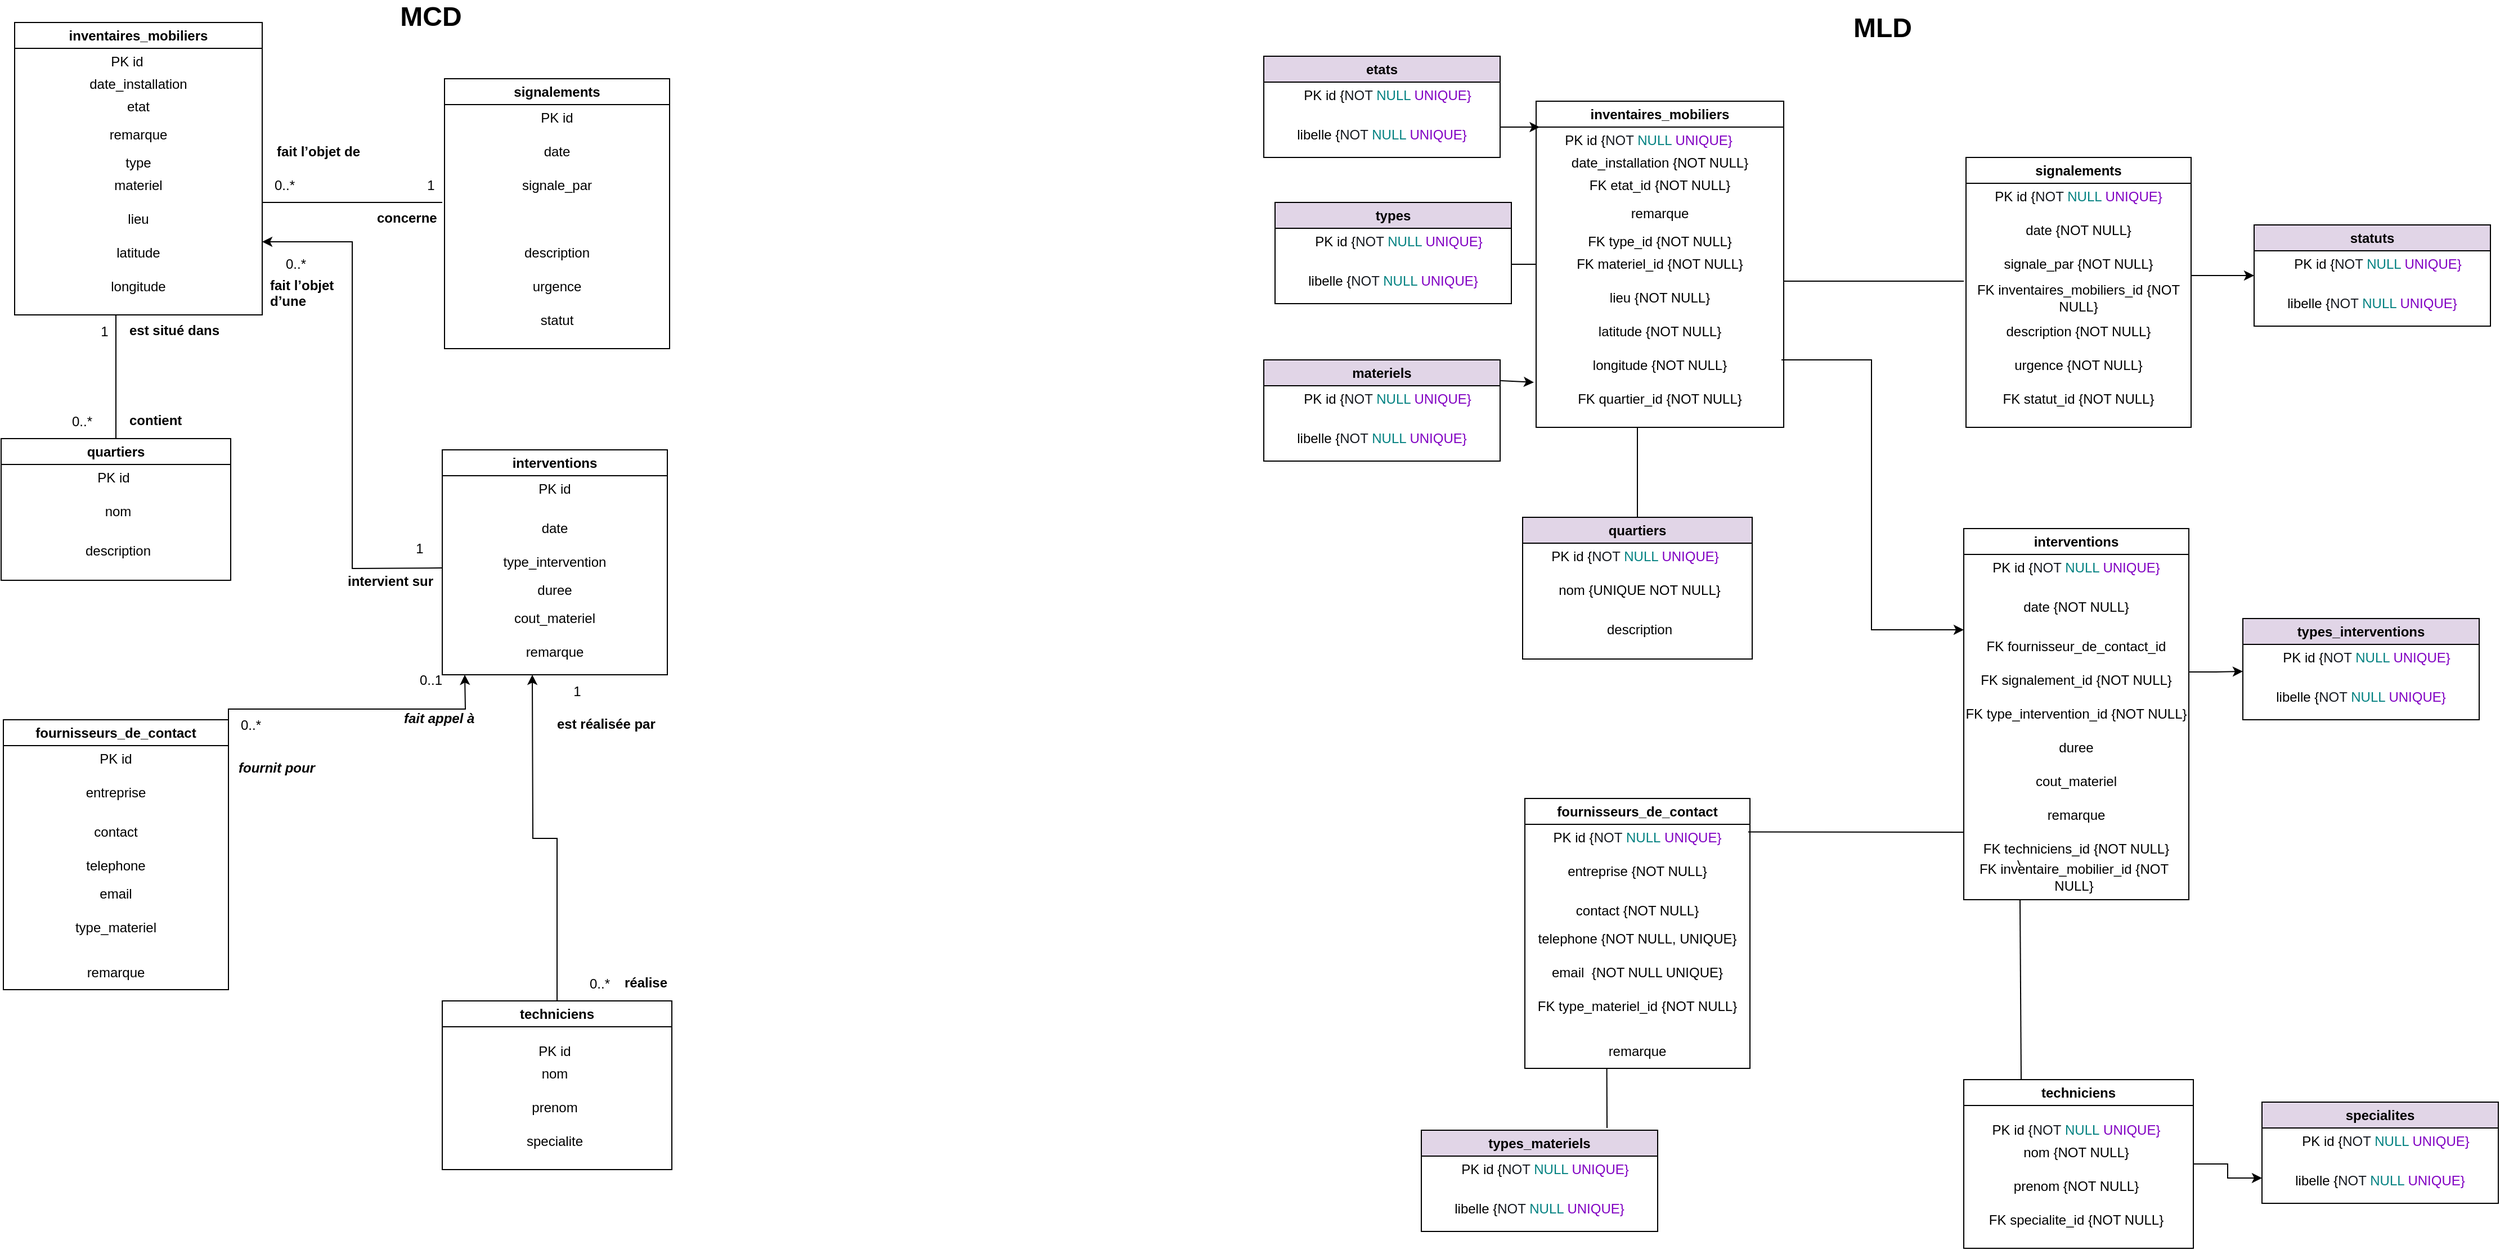
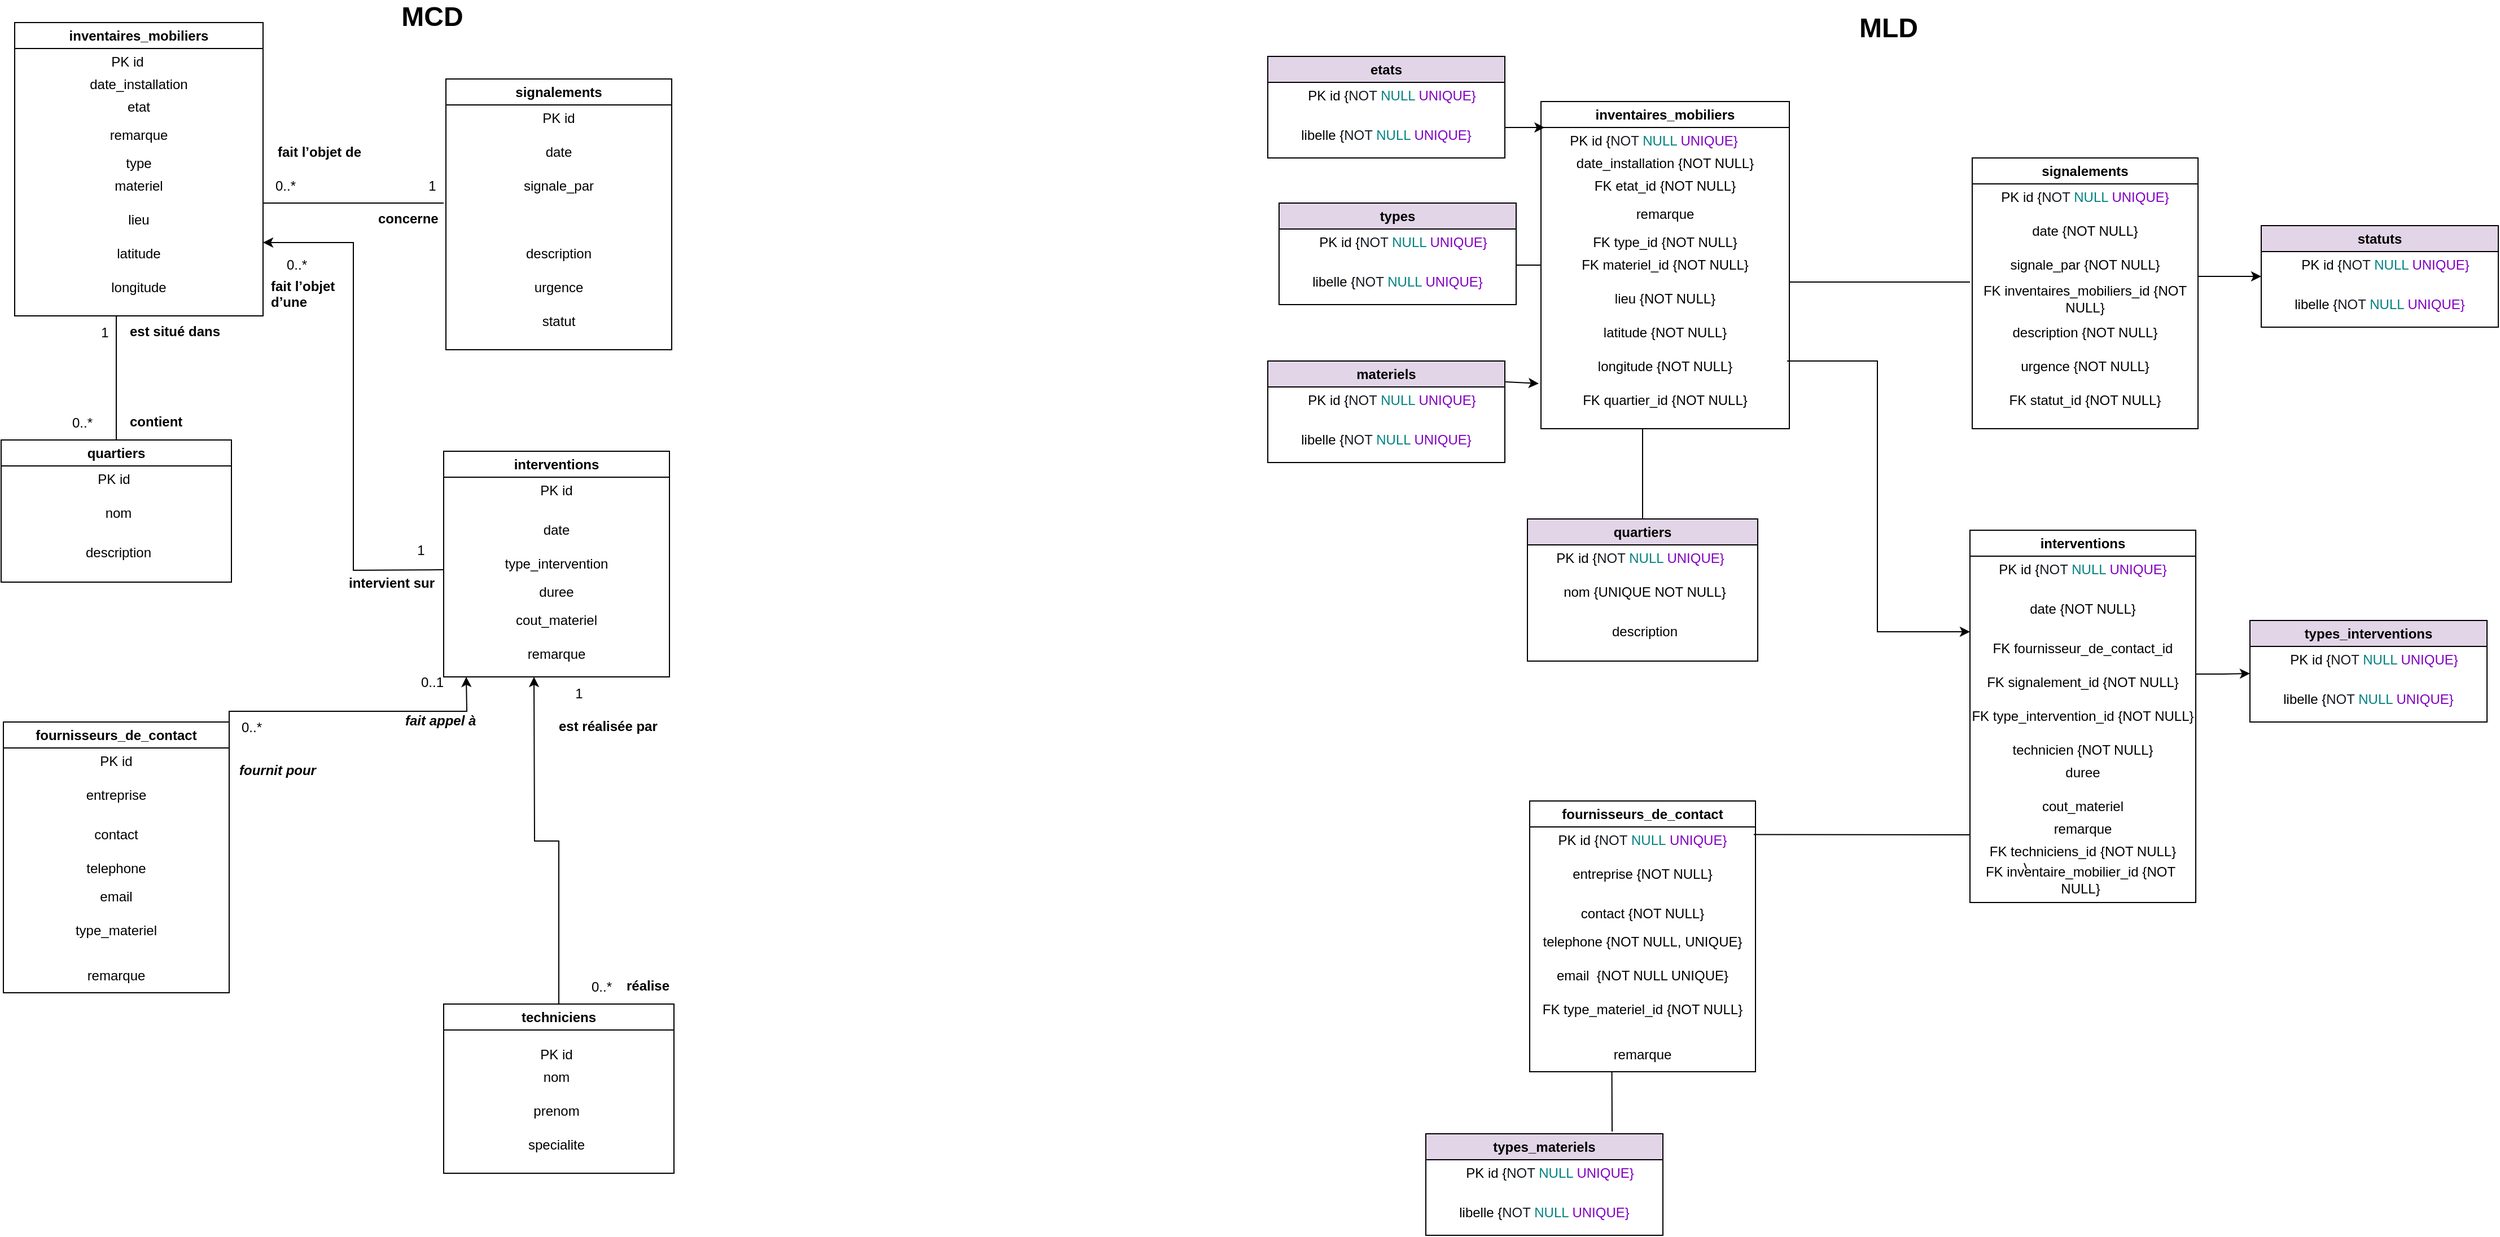
- <mxfile host="app.diagrams.net" agent="Mozilla/5.0 (Macintosh; Intel Mac OS X 10_15_7) AppleWebKit/537.36 (KHTML, like Gecko) Chrome/145.0.0.0 Safari/537.36" version="29.6.1">
+ <mxfile host="app.diagrams.net" agent="Mozilla/5.0 (Macintosh; Intel Mac OS X 10_15_7) AppleWebKit/605.1.15 (KHTML, like Gecko) Version/26.3 Safari/605.1.15" version="29.3.4">
  <diagram name="Page-1" id="qI_i529aqIQb4XtuPHaz">
-     <mxGraphModel dx="543" dy="664" grid="1" gridSize="10" guides="1" tooltips="1" connect="1" arrows="1" fold="1" page="1" pageScale="1" pageWidth="827" pageHeight="1169" math="0" shadow="0">
+     <mxGraphModel dx="702" dy="481" grid="1" gridSize="10" guides="1" tooltips="1" connect="1" arrows="1" fold="1" page="1" pageScale="1" pageWidth="827" pageHeight="1169" math="0" shadow="0">
      <root>
        <mxCell id="0" />
        <mxCell id="1" parent="0" />
        <mxCell id="W7fyBIp_Z-IjTHX4Fqgb-1" parent="1" style="swimlane;whiteSpace=wrap;html=1;" value="fournisseurs_de_contact" vertex="1">
          <mxGeometry height="240" width="200" x="60" y="660" as="geometry" />
        </mxCell>
        <mxCell id="KaxJKvIV5xf2s8ch7RQ2-11" edge="1" parent="W7fyBIp_Z-IjTHX4Fqgb-1" source="W7fyBIp_Z-IjTHX4Fqgb-6" style="edgeStyle=orthogonalEdgeStyle;rounded=0;orthogonalLoop=1;jettySize=auto;html=1;exitX=1;exitY=0;exitDx=0;exitDy=0;">
          <mxGeometry relative="1" as="geometry">
            <mxPoint x="410" y="-40" as="targetPoint" />
          </mxGeometry>
        </mxCell>
        <mxCell id="W7fyBIp_Z-IjTHX4Fqgb-6" parent="W7fyBIp_Z-IjTHX4Fqgb-1" style="text;html=1;whiteSpace=wrap;strokeColor=none;fillColor=none;align=center;verticalAlign=middle;rounded=0;" value="PK id" vertex="1">
          <mxGeometry height="30" width="200" y="20" as="geometry" />
        </mxCell>
        <mxCell id="W7fyBIp_Z-IjTHX4Fqgb-7" parent="W7fyBIp_Z-IjTHX4Fqgb-1" style="text;html=1;whiteSpace=wrap;strokeColor=none;fillColor=none;align=center;verticalAlign=middle;rounded=0;" value="entreprise" vertex="1">
          <mxGeometry height="30" width="200" y="50" as="geometry" />
        </mxCell>
        <mxCell id="aokPFI74hNtUqefgqpum-1" parent="W7fyBIp_Z-IjTHX4Fqgb-1" style="text;html=1;whiteSpace=wrap;strokeColor=none;fillColor=none;align=center;verticalAlign=middle;rounded=0;" value="contact" vertex="1">
          <mxGeometry height="30" width="200" y="85" as="geometry" />
        </mxCell>
        <mxCell id="aokPFI74hNtUqefgqpum-2" parent="W7fyBIp_Z-IjTHX4Fqgb-1" style="text;html=1;whiteSpace=wrap;strokeColor=none;fillColor=none;align=center;verticalAlign=middle;rounded=0;" value="email" vertex="1">
          <mxGeometry height="30" width="200" y="140" as="geometry" />
        </mxCell>
        <mxCell id="aokPFI74hNtUqefgqpum-3" parent="W7fyBIp_Z-IjTHX4Fqgb-1" style="text;html=1;whiteSpace=wrap;strokeColor=none;fillColor=none;align=center;verticalAlign=middle;rounded=0;" value="type_materiel" vertex="1">
          <mxGeometry height="30" width="200" y="170" as="geometry" />
        </mxCell>
        <mxCell id="aokPFI74hNtUqefgqpum-4" parent="W7fyBIp_Z-IjTHX4Fqgb-1" style="text;html=1;whiteSpace=wrap;strokeColor=none;fillColor=none;align=center;verticalAlign=middle;rounded=0;" value="remarque" vertex="1">
          <mxGeometry height="30" width="200" y="210" as="geometry" />
        </mxCell>
        <mxCell id="9jj5AoaBkXmBQrcGDdKF-15" parent="W7fyBIp_Z-IjTHX4Fqgb-1" style="text;html=1;whiteSpace=wrap;strokeColor=none;fillColor=none;align=center;verticalAlign=middle;rounded=0;" value="telephone" vertex="1">
          <mxGeometry height="30" width="200" y="115" as="geometry" />
        </mxCell>
        <mxCell id="W7fyBIp_Z-IjTHX4Fqgb-2" parent="1" style="swimlane;whiteSpace=wrap;html=1;" value="interventions" vertex="1">
          <mxGeometry height="200" width="200" x="450" y="420" as="geometry" />
        </mxCell>
        <mxCell id="aokPFI74hNtUqefgqpum-5" parent="W7fyBIp_Z-IjTHX4Fqgb-2" style="text;html=1;whiteSpace=wrap;strokeColor=none;fillColor=none;align=center;verticalAlign=middle;rounded=0;" value="PK id" vertex="1">
          <mxGeometry height="30" width="200" y="20" as="geometry" />
        </mxCell>
        <mxCell id="aokPFI74hNtUqefgqpum-6" parent="W7fyBIp_Z-IjTHX4Fqgb-2" style="text;html=1;whiteSpace=wrap;strokeColor=none;fillColor=none;align=center;verticalAlign=middle;rounded=0;" value="date" vertex="1">
          <mxGeometry height="30" width="200" y="55" as="geometry" />
        </mxCell>
        <mxCell id="aokPFI74hNtUqefgqpum-8" parent="W7fyBIp_Z-IjTHX4Fqgb-2" style="text;html=1;whiteSpace=wrap;strokeColor=none;fillColor=none;align=center;verticalAlign=middle;rounded=0;" value="type_intervention" vertex="1">
          <mxGeometry height="30" width="200" y="85" as="geometry" />
        </mxCell>
        <mxCell id="aokPFI74hNtUqefgqpum-10" parent="W7fyBIp_Z-IjTHX4Fqgb-2" style="text;html=1;whiteSpace=wrap;strokeColor=none;fillColor=none;align=center;verticalAlign=middle;rounded=0;" value="duree" vertex="1">
          <mxGeometry height="30" width="200" y="110" as="geometry" />
        </mxCell>
        <mxCell id="aokPFI74hNtUqefgqpum-11" parent="W7fyBIp_Z-IjTHX4Fqgb-2" style="text;html=1;whiteSpace=wrap;strokeColor=none;fillColor=none;align=center;verticalAlign=middle;rounded=0;" value="cout_materiel" vertex="1">
          <mxGeometry height="30" width="200" y="135" as="geometry" />
        </mxCell>
        <mxCell id="aokPFI74hNtUqefgqpum-12" parent="W7fyBIp_Z-IjTHX4Fqgb-2" style="text;html=1;whiteSpace=wrap;strokeColor=none;fillColor=none;align=center;verticalAlign=middle;rounded=0;" value="remarque" vertex="1">
          <mxGeometry height="30" width="200" y="165" as="geometry" />
        </mxCell>
        <mxCell id="W7fyBIp_Z-IjTHX4Fqgb-3" parent="1" style="swimlane;whiteSpace=wrap;html=1;rounded=0;align=center;verticalAlign=middle;fontFamily=Helvetica;fontSize=12;fontColor=default;fillColor=none;gradientColor=none;" value="inventaires_mobiliers" vertex="1">
          <mxGeometry height="260" width="220" x="70" y="40" as="geometry" />
        </mxCell>
        <mxCell id="aokPFI74hNtUqefgqpum-13" parent="W7fyBIp_Z-IjTHX4Fqgb-3" style="text;html=1;whiteSpace=wrap;strokeColor=none;fillColor=none;align=center;verticalAlign=middle;rounded=0;fontFamily=Helvetica;fontSize=12;fontColor=default;" value="PK id" vertex="1">
          <mxGeometry height="30" width="200" y="20" as="geometry" />
        </mxCell>
        <mxCell id="aokPFI74hNtUqefgqpum-19" parent="W7fyBIp_Z-IjTHX4Fqgb-3" style="text;html=1;whiteSpace=wrap;strokeColor=none;fillColor=none;align=center;verticalAlign=middle;rounded=0;" value="date_installation" vertex="1">
          <mxGeometry height="30" width="200" x="10" y="40" as="geometry" />
        </mxCell>
        <mxCell id="aokPFI74hNtUqefgqpum-20" parent="W7fyBIp_Z-IjTHX4Fqgb-3" style="text;html=1;whiteSpace=wrap;strokeColor=none;fillColor=none;align=center;verticalAlign=middle;rounded=0;" value="etat" vertex="1">
          <mxGeometry height="30" width="200" x="10" y="60" as="geometry" />
        </mxCell>
        <mxCell id="aokPFI74hNtUqefgqpum-21" parent="W7fyBIp_Z-IjTHX4Fqgb-3" style="text;html=1;whiteSpace=wrap;strokeColor=none;fillColor=none;align=center;verticalAlign=middle;rounded=0;" value="remarque" vertex="1">
          <mxGeometry height="20" width="200" x="10" y="90" as="geometry" />
        </mxCell>
        <mxCell id="9jj5AoaBkXmBQrcGDdKF-18" parent="W7fyBIp_Z-IjTHX4Fqgb-3" style="text;html=1;whiteSpace=wrap;strokeColor=none;fillColor=none;align=center;verticalAlign=middle;rounded=0;fontFamily=Helvetica;fontSize=12;fontColor=default;" value="type" vertex="1">
          <mxGeometry height="30" width="200" x="10" y="110" as="geometry" />
        </mxCell>
        <mxCell id="9jj5AoaBkXmBQrcGDdKF-19" parent="W7fyBIp_Z-IjTHX4Fqgb-3" style="text;html=1;whiteSpace=wrap;strokeColor=none;fillColor=none;align=center;verticalAlign=middle;rounded=0;fontFamily=Helvetica;fontSize=12;fontColor=default;" value="materiel" vertex="1">
          <mxGeometry height="30" width="200" x="10" y="130" as="geometry" />
        </mxCell>
        <mxCell id="9jj5AoaBkXmBQrcGDdKF-20" parent="W7fyBIp_Z-IjTHX4Fqgb-3" style="text;html=1;whiteSpace=wrap;strokeColor=none;fillColor=none;align=center;verticalAlign=middle;rounded=0;fontFamily=Helvetica;fontSize=12;fontColor=default;" value="lieu" vertex="1">
          <mxGeometry height="30" width="200" x="10" y="160" as="geometry" />
        </mxCell>
        <mxCell id="9jj5AoaBkXmBQrcGDdKF-22" parent="W7fyBIp_Z-IjTHX4Fqgb-3" style="text;html=1;whiteSpace=wrap;strokeColor=none;fillColor=none;align=center;verticalAlign=middle;rounded=0;fontFamily=Helvetica;fontSize=12;fontColor=default;" value="latitude" vertex="1">
          <mxGeometry height="30" width="200" x="10" y="190" as="geometry" />
        </mxCell>
        <mxCell id="9jj5AoaBkXmBQrcGDdKF-23" parent="W7fyBIp_Z-IjTHX4Fqgb-3" style="text;html=1;whiteSpace=wrap;strokeColor=none;fillColor=none;align=center;verticalAlign=middle;rounded=0;fontFamily=Helvetica;fontSize=12;fontColor=default;" value="longitude" vertex="1">
          <mxGeometry height="30" width="200" x="10" y="220" as="geometry" />
        </mxCell>
        <mxCell id="W7fyBIp_Z-IjTHX4Fqgb-5" parent="1" style="swimlane;whiteSpace=wrap;html=1;" value="signalements" vertex="1">
          <mxGeometry height="240" width="200" x="452" y="90" as="geometry" />
        </mxCell>
        <mxCell id="aokPFI74hNtUqefgqpum-22" parent="W7fyBIp_Z-IjTHX4Fqgb-5" style="text;html=1;whiteSpace=wrap;strokeColor=none;fillColor=none;align=center;verticalAlign=middle;rounded=0;" value="PK id" vertex="1">
          <mxGeometry height="30" width="200" y="20" as="geometry" />
        </mxCell>
        <mxCell id="aokPFI74hNtUqefgqpum-23" parent="W7fyBIp_Z-IjTHX4Fqgb-5" style="text;html=1;whiteSpace=wrap;strokeColor=none;fillColor=none;align=center;verticalAlign=middle;rounded=0;" value="date" vertex="1">
          <mxGeometry height="30" width="200" y="50" as="geometry" />
        </mxCell>
        <mxCell id="aokPFI74hNtUqefgqpum-24" parent="W7fyBIp_Z-IjTHX4Fqgb-5" style="text;html=1;whiteSpace=wrap;strokeColor=none;fillColor=none;align=center;verticalAlign=middle;rounded=0;" value="signale_par" vertex="1">
          <mxGeometry height="30" width="200" y="80" as="geometry" />
        </mxCell>
        <mxCell id="aokPFI74hNtUqefgqpum-26" parent="W7fyBIp_Z-IjTHX4Fqgb-5" style="text;html=1;whiteSpace=wrap;strokeColor=none;fillColor=none;align=center;verticalAlign=middle;rounded=0;" value="description" vertex="1">
          <mxGeometry height="30" width="200" y="140" as="geometry" />
        </mxCell>
        <mxCell id="aokPFI74hNtUqefgqpum-27" parent="W7fyBIp_Z-IjTHX4Fqgb-5" style="text;html=1;whiteSpace=wrap;strokeColor=none;fillColor=none;align=center;verticalAlign=middle;rounded=0;" value="urgence" vertex="1">
          <mxGeometry height="30" width="200" y="170" as="geometry" />
        </mxCell>
        <mxCell id="aokPFI74hNtUqefgqpum-28" parent="W7fyBIp_Z-IjTHX4Fqgb-5" style="text;html=1;whiteSpace=wrap;strokeColor=none;fillColor=none;align=center;verticalAlign=middle;rounded=0;" value="statut" vertex="1">
          <mxGeometry height="30" width="200" y="200" as="geometry" />
        </mxCell>
        <mxCell id="9jj5AoaBkXmBQrcGDdKF-45" parent="W7fyBIp_Z-IjTHX4Fqgb-5" style="text;html=1;whiteSpace=wrap;strokeColor=none;fillColor=none;align=center;verticalAlign=middle;rounded=0;" value="1" vertex="1">
          <mxGeometry height="30" width="60" x="-42" y="80" as="geometry" />
        </mxCell>
        <mxCell id="9jj5AoaBkXmBQrcGDdKF-1" edge="1" parent="1" style="endArrow=none;html=1;rounded=0;" value="">
          <mxGeometry height="50" relative="1" width="50" as="geometry">
            <mxPoint x="290" y="200" as="sourcePoint" />
            <mxPoint x="450" y="200" as="targetPoint" />
          </mxGeometry>
        </mxCell>
        <mxCell id="9jj5AoaBkXmBQrcGDdKF-4" parent="1" style="text;html=1;whiteSpace=wrap;strokeColor=none;fillColor=none;align=center;verticalAlign=middle;rounded=0;" value="0..*" vertex="1">
          <mxGeometry height="30" width="60" x="280" y="170" as="geometry" />
        </mxCell>
        <mxCell id="9jj5AoaBkXmBQrcGDdKF-7" parent="1" style="text;html=1;whiteSpace=wrap;strokeColor=none;fillColor=none;align=center;verticalAlign=middle;rounded=0;" value="0..1" vertex="1">
          <mxGeometry height="30" width="60" x="410" y="610" as="geometry" />
        </mxCell>
        <mxCell id="9jj5AoaBkXmBQrcGDdKF-8" parent="1" style="text;html=1;whiteSpace=wrap;strokeColor=none;fillColor=none;align=center;verticalAlign=middle;rounded=0;" value="0..*" vertex="1">
          <mxGeometry height="30" width="60" x="250" y="650" as="geometry" />
        </mxCell>
        <mxCell id="9jj5AoaBkXmBQrcGDdKF-28" parent="1" style="swimlane;whiteSpace=wrap;html=1;" value="quartiers" vertex="1">
          <mxGeometry height="126" width="204" x="58" y="410" as="geometry" />
        </mxCell>
        <mxCell id="9jj5AoaBkXmBQrcGDdKF-29" parent="9jj5AoaBkXmBQrcGDdKF-28" style="text;html=1;whiteSpace=wrap;strokeColor=none;fillColor=none;align=center;verticalAlign=middle;rounded=0;" value="PK id" vertex="1">
          <mxGeometry height="30" width="200" y="20" as="geometry" />
        </mxCell>
        <mxCell id="9jj5AoaBkXmBQrcGDdKF-32" parent="9jj5AoaBkXmBQrcGDdKF-28" style="text;html=1;whiteSpace=wrap;strokeColor=none;fillColor=none;align=center;verticalAlign=middle;rounded=0;" value="nom" vertex="1">
          <mxGeometry height="30" width="200" x="4" y="50" as="geometry" />
        </mxCell>
        <mxCell id="9jj5AoaBkXmBQrcGDdKF-33" parent="9jj5AoaBkXmBQrcGDdKF-28" style="text;html=1;whiteSpace=wrap;strokeColor=none;fillColor=none;align=center;verticalAlign=middle;rounded=0;" value="description" vertex="1">
          <mxGeometry height="30" width="200" x="4" y="85" as="geometry" />
        </mxCell>
        <mxCell id="KaxJKvIV5xf2s8ch7RQ2-14" edge="1" parent="1" source="9jj5AoaBkXmBQrcGDdKF-30" style="edgeStyle=orthogonalEdgeStyle;rounded=0;orthogonalLoop=1;jettySize=auto;html=1;exitX=0.5;exitY=0;exitDx=0;exitDy=0;">
          <mxGeometry relative="1" as="geometry">
            <mxPoint x="530" y="620" as="targetPoint" />
          </mxGeometry>
        </mxCell>
        <mxCell id="9jj5AoaBkXmBQrcGDdKF-30" parent="1" style="swimlane;whiteSpace=wrap;html=1;startSize=23;" value="techniciens" vertex="1">
          <mxGeometry height="150" width="204" x="450" y="910" as="geometry" />
        </mxCell>
        <mxCell id="9jj5AoaBkXmBQrcGDdKF-31" parent="9jj5AoaBkXmBQrcGDdKF-30" style="text;html=1;whiteSpace=wrap;strokeColor=none;fillColor=none;align=center;verticalAlign=middle;rounded=0;" value="PK id" vertex="1">
          <mxGeometry height="30" width="200" y="30" as="geometry" />
        </mxCell>
        <mxCell id="9jj5AoaBkXmBQrcGDdKF-34" parent="9jj5AoaBkXmBQrcGDdKF-30" style="text;html=1;whiteSpace=wrap;strokeColor=none;fillColor=none;align=center;verticalAlign=middle;rounded=0;" value="nom" vertex="1">
          <mxGeometry height="30" width="200" y="50" as="geometry" />
        </mxCell>
        <mxCell id="9jj5AoaBkXmBQrcGDdKF-35" parent="9jj5AoaBkXmBQrcGDdKF-30" style="text;html=1;whiteSpace=wrap;strokeColor=none;fillColor=none;align=center;verticalAlign=middle;rounded=0;" value="prenom" vertex="1">
          <mxGeometry height="30" width="200" y="80" as="geometry" />
        </mxCell>
        <mxCell id="9jj5AoaBkXmBQrcGDdKF-36" parent="9jj5AoaBkXmBQrcGDdKF-30" style="text;html=1;whiteSpace=wrap;strokeColor=none;fillColor=none;align=center;verticalAlign=middle;rounded=0;" value="specialite" vertex="1">
          <mxGeometry height="30" width="200" y="110" as="geometry" />
        </mxCell>
        <mxCell id="9jj5AoaBkXmBQrcGDdKF-40" parent="1" style="text;html=1;whiteSpace=wrap;strokeColor=none;fillColor=none;align=center;verticalAlign=middle;rounded=0;" value="1" vertex="1">
          <mxGeometry height="30" width="60" x="540" y="620" as="geometry" />
        </mxCell>
        <mxCell id="9jj5AoaBkXmBQrcGDdKF-41" parent="1" style="text;html=1;whiteSpace=wrap;strokeColor=none;fillColor=none;align=center;verticalAlign=middle;rounded=0;" value="0..*" vertex="1">
          <mxGeometry height="30" width="60" x="560" y="880" as="geometry" />
        </mxCell>
        <mxCell id="9jj5AoaBkXmBQrcGDdKF-48" edge="1" parent="1" style="endArrow=none;html=1;rounded=0;" value="">
          <mxGeometry height="50" relative="1" width="50" as="geometry">
            <mxPoint x="160" y="410" as="sourcePoint" />
            <mxPoint x="160" y="300" as="targetPoint" />
          </mxGeometry>
        </mxCell>
        <mxCell id="9jj5AoaBkXmBQrcGDdKF-51" parent="1" style="text;html=1;whiteSpace=wrap;strokeColor=none;fillColor=none;align=center;verticalAlign=middle;rounded=0;" value="1" vertex="1">
          <mxGeometry height="30" width="60" x="120" y="300" as="geometry" />
        </mxCell>
        <mxCell id="9jj5AoaBkXmBQrcGDdKF-53" parent="1" style="text;html=1;whiteSpace=wrap;strokeColor=none;fillColor=none;align=center;verticalAlign=middle;rounded=0;" value="0..*" vertex="1">
          <mxGeometry height="30" width="60" x="100" y="380" as="geometry" />
        </mxCell>
        <mxCell id="DEqoVedOSWm0KZeUY-1K-5" parent="1" style="text;html=1;whiteSpace=wrap;strokeColor=none;fillColor=none;align=center;verticalAlign=middle;rounded=0;" value="&lt;font style=&quot;font-size: 24px;&quot;&gt;&lt;b&gt;MCD&lt;/b&gt;&lt;/font&gt;" vertex="1">
          <mxGeometry height="30" width="60" x="410" y="20" as="geometry" />
        </mxCell>
        <mxCell id="Ig_Bwu8nRR3nwBBhYGdf-2" parent="1" style="text;html=1;whiteSpace=wrap;strokeColor=none;fillColor=none;align=center;verticalAlign=middle;rounded=0;" value="&lt;font style=&quot;font-size: 24px;&quot;&gt;&lt;b&gt;MLD&lt;/b&gt;&lt;/font&gt;" vertex="1">
          <mxGeometry height="30" width="60" x="1700" y="30" as="geometry" />
        </mxCell>
        <mxCell id="Ig_Bwu8nRR3nwBBhYGdf-3" parent="1" style="swimlane;whiteSpace=wrap;html=1;" value="fournisseurs_de_contact" vertex="1">
          <mxGeometry height="240" width="200" x="1412" y="730" as="geometry" />
        </mxCell>
        <mxCell id="Ig_Bwu8nRR3nwBBhYGdf-4" parent="Ig_Bwu8nRR3nwBBhYGdf-3" style="text;html=1;whiteSpace=wrap;strokeColor=none;fillColor=none;align=center;verticalAlign=middle;rounded=0;" value="PK id {&lt;span class=&quot;token token&quot; style=&quot;color: rgb(20, 24, 31);&quot;&gt;NOT&lt;/span&gt;&amp;nbsp;&lt;span class=&quot;token token&quot; style=&quot;color: rgb(0, 128, 128);&quot;&gt;NULL&lt;/span&gt;&amp;nbsp;&lt;span class=&quot;token token&quot; style=&quot;color: rgb(129, 0, 194);&quot;&gt;UNIQUE}&lt;/span&gt;" vertex="1">
          <mxGeometry height="30" width="200" y="20" as="geometry" />
        </mxCell>
        <mxCell id="Ig_Bwu8nRR3nwBBhYGdf-5" parent="Ig_Bwu8nRR3nwBBhYGdf-3" style="text;html=1;whiteSpace=wrap;strokeColor=none;fillColor=none;align=center;verticalAlign=middle;rounded=0;" value="entreprise {NOT NULL}" vertex="1">
          <mxGeometry height="30" width="200" y="50" as="geometry" />
        </mxCell>
        <mxCell id="Ig_Bwu8nRR3nwBBhYGdf-6" parent="Ig_Bwu8nRR3nwBBhYGdf-3" style="text;html=1;whiteSpace=wrap;strokeColor=none;fillColor=none;align=center;verticalAlign=middle;rounded=0;" value="contact {NOT NULL}" vertex="1">
          <mxGeometry height="30" width="200" y="85" as="geometry" />
        </mxCell>
        <mxCell id="Ig_Bwu8nRR3nwBBhYGdf-7" parent="Ig_Bwu8nRR3nwBBhYGdf-3" style="text;html=1;whiteSpace=wrap;strokeColor=none;fillColor=none;align=center;verticalAlign=middle;rounded=0;" value="email&amp;nbsp; {NOT NULL UNIQUE}" vertex="1">
          <mxGeometry height="30" width="200" y="140" as="geometry" />
        </mxCell>
        <mxCell id="Ig_Bwu8nRR3nwBBhYGdf-8" parent="Ig_Bwu8nRR3nwBBhYGdf-3" style="text;html=1;whiteSpace=wrap;strokeColor=none;fillColor=none;align=center;verticalAlign=middle;rounded=0;" value="FK type_materiel_id {NOT NULL}" vertex="1">
          <mxGeometry height="30" width="200" y="170" as="geometry" />
        </mxCell>
        <mxCell id="Ig_Bwu8nRR3nwBBhYGdf-9" parent="Ig_Bwu8nRR3nwBBhYGdf-3" style="text;html=1;whiteSpace=wrap;strokeColor=none;fillColor=none;align=center;verticalAlign=middle;rounded=0;" value="remarque" vertex="1">
          <mxGeometry height="30" width="200" y="210" as="geometry" />
        </mxCell>
        <mxCell id="Ig_Bwu8nRR3nwBBhYGdf-10" parent="Ig_Bwu8nRR3nwBBhYGdf-3" style="text;html=1;whiteSpace=wrap;strokeColor=none;fillColor=none;align=center;verticalAlign=middle;rounded=0;" value="telephone {NOT NULL, UNIQUE}" vertex="1">
          <mxGeometry height="30" width="200" y="110" as="geometry" />
        </mxCell>
        <mxCell id="Ig_Bwu8nRR3nwBBhYGdf-11" parent="1" style="swimlane;whiteSpace=wrap;html=1;" value="interventions" vertex="1">
          <mxGeometry height="330" width="200" x="1802" y="490" as="geometry" />
        </mxCell>
        <mxCell id="Ig_Bwu8nRR3nwBBhYGdf-12" parent="Ig_Bwu8nRR3nwBBhYGdf-11" style="text;html=1;whiteSpace=wrap;strokeColor=none;fillColor=none;align=center;verticalAlign=middle;rounded=0;" value="PK id {&lt;span class=&quot;token token&quot; style=&quot;color: rgb(20, 24, 31);&quot;&gt;NOT&lt;/span&gt; &lt;span class=&quot;token token&quot; style=&quot;color: rgb(0, 128, 128);&quot;&gt;NULL&lt;/span&gt; &lt;span class=&quot;token token&quot; style=&quot;color: rgb(129, 0, 194);&quot;&gt;UNIQUE}&lt;/span&gt;" vertex="1">
          <mxGeometry height="30" width="200" y="20" as="geometry" />
        </mxCell>
        <mxCell id="Ig_Bwu8nRR3nwBBhYGdf-13" parent="Ig_Bwu8nRR3nwBBhYGdf-11" style="text;html=1;whiteSpace=wrap;strokeColor=none;fillColor=none;align=center;verticalAlign=middle;rounded=0;" value="date {NOT NULL}" vertex="1">
          <mxGeometry height="30" width="200" y="55" as="geometry" />
        </mxCell>
        <mxCell id="Ig_Bwu8nRR3nwBBhYGdf-14" parent="Ig_Bwu8nRR3nwBBhYGdf-11" style="text;html=1;whiteSpace=wrap;strokeColor=none;fillColor=none;align=center;verticalAlign=middle;rounded=0;" value="FK type_intervention_id {NOT NULL}" vertex="1">
          <mxGeometry height="30" width="200" y="150" as="geometry" />
        </mxCell>
        <mxCell id="Ig_Bwu8nRR3nwBBhYGdf-15" parent="Ig_Bwu8nRR3nwBBhYGdf-11" style="text;html=1;whiteSpace=wrap;strokeColor=none;fillColor=none;align=center;verticalAlign=middle;rounded=0;" value="duree" vertex="1">
-           <mxGeometry height="30" width="200" y="180" as="geometry" />
+           <mxGeometry height="30" width="200" y="200" as="geometry" />
        </mxCell>
        <mxCell id="Ig_Bwu8nRR3nwBBhYGdf-16" parent="Ig_Bwu8nRR3nwBBhYGdf-11" style="text;html=1;whiteSpace=wrap;strokeColor=none;fillColor=none;align=center;verticalAlign=middle;rounded=0;" value="cout_materiel" vertex="1">
-           <mxGeometry height="30" width="200" y="210" as="geometry" />
+           <mxGeometry height="30" width="200" y="230" as="geometry" />
        </mxCell>
        <mxCell id="Ig_Bwu8nRR3nwBBhYGdf-17" parent="Ig_Bwu8nRR3nwBBhYGdf-11" style="text;html=1;whiteSpace=wrap;strokeColor=none;fillColor=none;align=center;verticalAlign=middle;rounded=0;" value="remarque" vertex="1">
-           <mxGeometry height="30" width="200" y="240" as="geometry" />
+           <mxGeometry height="30" width="200" y="250" as="geometry" />
        </mxCell>
        <mxCell id="Ig_Bwu8nRR3nwBBhYGdf-18" parent="Ig_Bwu8nRR3nwBBhYGdf-11" style="text;html=1;whiteSpace=wrap;strokeColor=none;fillColor=none;align=center;verticalAlign=middle;rounded=0;" value="FK fournisseur_de_contact_id" vertex="1">
          <mxGeometry height="30" width="200" y="90" as="geometry" />
        </mxCell>
        <mxCell id="Ig_Bwu8nRR3nwBBhYGdf-19" parent="Ig_Bwu8nRR3nwBBhYGdf-11" style="text;html=1;whiteSpace=wrap;strokeColor=none;fillColor=none;align=center;verticalAlign=middle;rounded=0;" value="FK signalement_id {NOT NULL}" vertex="1">
          <mxGeometry height="30" width="200" y="120" as="geometry" />
        </mxCell>
        <mxCell id="Ig_Bwu8nRR3nwBBhYGdf-20" parent="Ig_Bwu8nRR3nwBBhYGdf-11" style="text;html=1;whiteSpace=wrap;strokeColor=none;fillColor=none;align=center;verticalAlign=middle;rounded=0;" value="FK techniciens_id {NOT NULL}" vertex="1">
          <mxGeometry height="30" width="200" y="270" as="geometry" />
        </mxCell>
+         <mxCell id="gmzRCIpwLgexuGM6XNXw-1" parent="Ig_Bwu8nRR3nwBBhYGdf-11" style="text;html=1;whiteSpace=wrap;strokeColor=none;fillColor=none;align=center;verticalAlign=middle;rounded=0;" value="technicien {NOT NULL}" vertex="1">
+           <mxGeometry height="30" width="200" y="180" as="geometry" />
+         </mxCell>
        <mxCell id="Ig_Bwu8nRR3nwBBhYGdf-21" parent="1" style="swimlane;whiteSpace=wrap;html=1;rounded=0;align=center;verticalAlign=middle;fontFamily=Helvetica;fontSize=12;fontColor=default;fillColor=none;gradientColor=none;" value="inventaires_mobiliers" vertex="1">
          <mxGeometry height="290" width="220" x="1422" y="110" as="geometry" />
        </mxCell>
        <mxCell id="Ig_Bwu8nRR3nwBBhYGdf-22" parent="Ig_Bwu8nRR3nwBBhYGdf-21" style="text;html=1;whiteSpace=wrap;strokeColor=none;fillColor=none;align=center;verticalAlign=middle;rounded=0;fontFamily=Helvetica;fontSize=12;fontColor=default;" value="PK id {&lt;span class=&quot;token token&quot; style=&quot;color: rgb(20, 24, 31);&quot;&gt;NOT&lt;/span&gt; &lt;span class=&quot;token token&quot; style=&quot;color: rgb(0, 128, 128);&quot;&gt;NULL&lt;/span&gt; &lt;span class=&quot;token token&quot; style=&quot;color: rgb(129, 0, 194);&quot;&gt;UNIQUE}&lt;/span&gt;" vertex="1">
          <mxGeometry height="30" width="200" y="20" as="geometry" />
        </mxCell>
        <mxCell id="Ig_Bwu8nRR3nwBBhYGdf-23" parent="Ig_Bwu8nRR3nwBBhYGdf-21" style="text;html=1;whiteSpace=wrap;strokeColor=none;fillColor=none;align=center;verticalAlign=middle;rounded=0;" value="date_installation {NOT NULL}" vertex="1">
          <mxGeometry height="30" width="200" x="10" y="40" as="geometry" />
        </mxCell>
        <mxCell id="Ig_Bwu8nRR3nwBBhYGdf-24" parent="Ig_Bwu8nRR3nwBBhYGdf-21" style="text;html=1;whiteSpace=wrap;strokeColor=none;fillColor=none;align=center;verticalAlign=middle;rounded=0;" value="FK etat_id {NOT NULL}" vertex="1">
          <mxGeometry height="30" width="200" x="10" y="60" as="geometry" />
        </mxCell>
        <mxCell id="Ig_Bwu8nRR3nwBBhYGdf-25" parent="Ig_Bwu8nRR3nwBBhYGdf-21" style="text;html=1;whiteSpace=wrap;strokeColor=none;fillColor=none;align=center;verticalAlign=middle;rounded=0;" value="remarque" vertex="1">
          <mxGeometry height="20" width="200" x="10" y="90" as="geometry" />
        </mxCell>
        <mxCell id="Ig_Bwu8nRR3nwBBhYGdf-26" parent="Ig_Bwu8nRR3nwBBhYGdf-21" style="text;html=1;whiteSpace=wrap;strokeColor=none;fillColor=none;align=center;verticalAlign=middle;rounded=0;fontFamily=Helvetica;fontSize=12;fontColor=default;" value="FK type_id {NOT NULL}" vertex="1">
          <mxGeometry height="30" width="200" x="10" y="110" as="geometry" />
        </mxCell>
        <mxCell id="Ig_Bwu8nRR3nwBBhYGdf-27" parent="Ig_Bwu8nRR3nwBBhYGdf-21" style="text;html=1;whiteSpace=wrap;strokeColor=none;fillColor=none;align=center;verticalAlign=middle;rounded=0;fontFamily=Helvetica;fontSize=12;fontColor=default;" value="FK materiel_id {NOT NULL}" vertex="1">
          <mxGeometry height="30" width="200" x="10" y="130" as="geometry" />
        </mxCell>
        <mxCell id="Ig_Bwu8nRR3nwBBhYGdf-28" parent="Ig_Bwu8nRR3nwBBhYGdf-21" style="text;html=1;whiteSpace=wrap;strokeColor=none;fillColor=none;align=center;verticalAlign=middle;rounded=0;fontFamily=Helvetica;fontSize=12;fontColor=default;" value="lieu {NOT NULL}" vertex="1">
          <mxGeometry height="30" width="200" x="10" y="160" as="geometry" />
        </mxCell>
        <mxCell id="Ig_Bwu8nRR3nwBBhYGdf-29" parent="Ig_Bwu8nRR3nwBBhYGdf-21" style="text;html=1;whiteSpace=wrap;strokeColor=none;fillColor=none;align=center;verticalAlign=middle;rounded=0;fontFamily=Helvetica;fontSize=12;fontColor=default;" value="latitude {NOT NULL}" vertex="1">
          <mxGeometry height="30" width="200" x="10" y="190" as="geometry" />
        </mxCell>
        <mxCell id="Ig_Bwu8nRR3nwBBhYGdf-30" parent="Ig_Bwu8nRR3nwBBhYGdf-21" style="text;html=1;whiteSpace=wrap;strokeColor=none;fillColor=none;align=center;verticalAlign=middle;rounded=0;fontFamily=Helvetica;fontSize=12;fontColor=default;" value="longitude {NOT NULL}" vertex="1">
          <mxGeometry height="30" width="200" x="10" y="220" as="geometry" />
        </mxCell>
        <mxCell id="Ig_Bwu8nRR3nwBBhYGdf-31" parent="Ig_Bwu8nRR3nwBBhYGdf-21" style="text;html=1;whiteSpace=wrap;strokeColor=none;fillColor=none;align=center;verticalAlign=middle;rounded=0;fontFamily=Helvetica;fontSize=12;fontColor=default;" value="FK quartier_id {NOT NULL}" vertex="1">
          <mxGeometry height="30" width="200" x="10" y="250" as="geometry" />
        </mxCell>
        <mxCell id="Ig_Bwu8nRR3nwBBhYGdf-32" parent="1" style="swimlane;whiteSpace=wrap;html=1;" value="signalements" vertex="1">
          <mxGeometry height="240" width="200" x="1804" y="160" as="geometry" />
        </mxCell>
        <mxCell id="Ig_Bwu8nRR3nwBBhYGdf-33" parent="Ig_Bwu8nRR3nwBBhYGdf-32" style="text;html=1;whiteSpace=wrap;strokeColor=none;fillColor=none;align=center;verticalAlign=middle;rounded=0;" value="PK id {&lt;span class=&quot;token token&quot; style=&quot;color: rgb(20, 24, 31);&quot;&gt;NOT&lt;/span&gt; &lt;span class=&quot;token token&quot; style=&quot;color: rgb(0, 128, 128);&quot;&gt;NULL&lt;/span&gt; &lt;span class=&quot;token token&quot; style=&quot;color: rgb(129, 0, 194);&quot;&gt;UNIQUE}&lt;/span&gt;" vertex="1">
          <mxGeometry height="30" width="200" y="20" as="geometry" />
        </mxCell>
        <mxCell id="Ig_Bwu8nRR3nwBBhYGdf-34" parent="Ig_Bwu8nRR3nwBBhYGdf-32" style="text;html=1;whiteSpace=wrap;strokeColor=none;fillColor=none;align=center;verticalAlign=middle;rounded=0;" value="date {NOT NULL}" vertex="1">
          <mxGeometry height="30" width="200" y="50" as="geometry" />
        </mxCell>
        <mxCell id="Ig_Bwu8nRR3nwBBhYGdf-35" parent="Ig_Bwu8nRR3nwBBhYGdf-32" style="text;html=1;whiteSpace=wrap;strokeColor=none;fillColor=none;align=center;verticalAlign=middle;rounded=0;" value="signale_par {NOT NULL}" vertex="1">
          <mxGeometry height="30" width="200" y="80" as="geometry" />
        </mxCell>
        <mxCell id="Ig_Bwu8nRR3nwBBhYGdf-36" parent="Ig_Bwu8nRR3nwBBhYGdf-32" style="text;html=1;whiteSpace=wrap;strokeColor=none;fillColor=none;align=center;verticalAlign=middle;rounded=0;" value="description {NOT NULL}" vertex="1">
          <mxGeometry height="30" width="200" y="140" as="geometry" />
        </mxCell>
        <mxCell id="Ig_Bwu8nRR3nwBBhYGdf-37" parent="Ig_Bwu8nRR3nwBBhYGdf-32" style="text;html=1;whiteSpace=wrap;strokeColor=none;fillColor=none;align=center;verticalAlign=middle;rounded=0;" value="urgence {NOT NULL}" vertex="1">
          <mxGeometry height="30" width="200" y="170" as="geometry" />
        </mxCell>
        <mxCell id="Ig_Bwu8nRR3nwBBhYGdf-38" parent="Ig_Bwu8nRR3nwBBhYGdf-32" style="text;html=1;whiteSpace=wrap;strokeColor=none;fillColor=none;align=center;verticalAlign=middle;rounded=0;" value="FK statut_id {NOT NULL}" vertex="1">
          <mxGeometry height="30" width="200" y="200" as="geometry" />
        </mxCell>
        <mxCell id="Ig_Bwu8nRR3nwBBhYGdf-39" parent="Ig_Bwu8nRR3nwBBhYGdf-32" style="text;html=1;whiteSpace=wrap;strokeColor=none;fillColor=none;align=center;verticalAlign=middle;rounded=0;" value="FK inventaires_mobiliers_id {NOT NULL}" vertex="1">
          <mxGeometry height="30" width="200" y="110" as="geometry" />
        </mxCell>
        <mxCell id="Ig_Bwu8nRR3nwBBhYGdf-40" edge="1" parent="1" style="endArrow=none;html=1;rounded=0;" value="">
          <mxGeometry height="50" relative="1" width="50" as="geometry">
            <mxPoint x="1642" y="270" as="sourcePoint" />
            <mxPoint x="1802" y="270" as="targetPoint" />
          </mxGeometry>
        </mxCell>
        <mxCell id="Ig_Bwu8nRR3nwBBhYGdf-46" edge="1" parent="1" source="Ig_Bwu8nRR3nwBBhYGdf-4" style="endArrow=none;html=1;rounded=0;entryX=0;entryY=0;entryDx=0;entryDy=0;exitX=0.992;exitY=0.326;exitDx=0;exitDy=0;exitPerimeter=0;" target="Ig_Bwu8nRR3nwBBhYGdf-20" value="">
          <mxGeometry height="50" relative="1" width="50" as="geometry">
            <mxPoint x="1613" y="760" as="sourcePoint" />
            <mxPoint x="1800" y="758" as="targetPoint" />
          </mxGeometry>
        </mxCell>
        <mxCell id="Ig_Bwu8nRR3nwBBhYGdf-48" parent="1" style="swimlane;whiteSpace=wrap;html=1;fillColor=#E1D5E7;" value="quartiers" vertex="1">
          <mxGeometry height="126" width="204" x="1410" y="480" as="geometry" />
        </mxCell>
        <mxCell id="Ig_Bwu8nRR3nwBBhYGdf-49" parent="Ig_Bwu8nRR3nwBBhYGdf-48" style="text;html=1;whiteSpace=wrap;strokeColor=none;fillColor=none;align=center;verticalAlign=middle;rounded=0;" value="PK id {&lt;span class=&quot;token token&quot; style=&quot;color: rgb(20, 24, 31);&quot;&gt;NOT&lt;/span&gt; &lt;span class=&quot;token token&quot; style=&quot;color: rgb(0, 128, 128);&quot;&gt;NULL&lt;/span&gt; &lt;span class=&quot;token token&quot; style=&quot;color: rgb(129, 0, 194);&quot;&gt;UNIQUE}&lt;/span&gt;" vertex="1">
          <mxGeometry height="30" width="200" y="20" as="geometry" />
        </mxCell>
        <mxCell id="Ig_Bwu8nRR3nwBBhYGdf-50" parent="Ig_Bwu8nRR3nwBBhYGdf-48" style="text;html=1;whiteSpace=wrap;strokeColor=none;fillColor=none;align=center;verticalAlign=middle;rounded=0;" value="nom {UNIQUE NOT NULL}" vertex="1">
          <mxGeometry height="30" width="200" x="4" y="50" as="geometry" />
        </mxCell>
        <mxCell id="Ig_Bwu8nRR3nwBBhYGdf-51" parent="Ig_Bwu8nRR3nwBBhYGdf-48" style="text;html=1;whiteSpace=wrap;strokeColor=none;fillColor=none;align=center;verticalAlign=middle;rounded=0;" value="description" vertex="1">
          <mxGeometry height="30" width="200" x="4" y="85" as="geometry" />
-         </mxCell>
-         <mxCell id="Ig_Bwu8nRR3nwBBhYGdf-97" edge="1" parent="1" source="Ig_Bwu8nRR3nwBBhYGdf-52" style="edgeStyle=orthogonalEdgeStyle;rounded=0;orthogonalLoop=1;jettySize=auto;html=1;exitX=1;exitY=0.5;exitDx=0;exitDy=0;entryX=0;entryY=0.75;entryDx=0;entryDy=0;" target="Ig_Bwu8nRR3nwBBhYGdf-94">
-           <mxGeometry relative="1" as="geometry" />
-         </mxCell>
-         <mxCell id="Ig_Bwu8nRR3nwBBhYGdf-52" parent="1" style="swimlane;whiteSpace=wrap;html=1;startSize=23;" value="techniciens" vertex="1">
-           <mxGeometry height="150" width="204" x="1802" y="980" as="geometry" />
-         </mxCell>
-         <mxCell id="Ig_Bwu8nRR3nwBBhYGdf-53" parent="Ig_Bwu8nRR3nwBBhYGdf-52" style="text;html=1;whiteSpace=wrap;strokeColor=none;fillColor=none;align=center;verticalAlign=middle;rounded=0;" value="PK id {&lt;span class=&quot;token token&quot; style=&quot;color: rgb(20, 24, 31);&quot;&gt;NOT&lt;/span&gt;&amp;nbsp;&lt;span class=&quot;token token&quot; style=&quot;color: rgb(0, 128, 128);&quot;&gt;NULL&lt;/span&gt;&amp;nbsp;&lt;span class=&quot;token token&quot; style=&quot;color: rgb(129, 0, 194);&quot;&gt;UNIQUE}&lt;/span&gt;" vertex="1">
-           <mxGeometry height="30" width="200" y="30" as="geometry" />
-         </mxCell>
-         <mxCell id="Ig_Bwu8nRR3nwBBhYGdf-54" parent="Ig_Bwu8nRR3nwBBhYGdf-52" style="text;html=1;whiteSpace=wrap;strokeColor=none;fillColor=none;align=center;verticalAlign=middle;rounded=0;" value="nom {NOT NULL}" vertex="1">
-           <mxGeometry height="30" width="200" y="50" as="geometry" />
-         </mxCell>
-         <mxCell id="Ig_Bwu8nRR3nwBBhYGdf-55" parent="Ig_Bwu8nRR3nwBBhYGdf-52" style="text;html=1;whiteSpace=wrap;strokeColor=none;fillColor=none;align=center;verticalAlign=middle;rounded=0;" value="prenom {NOT NULL}" vertex="1">
-           <mxGeometry height="30" width="200" y="80" as="geometry" />
-         </mxCell>
-         <mxCell id="Ig_Bwu8nRR3nwBBhYGdf-56" parent="Ig_Bwu8nRR3nwBBhYGdf-52" style="text;html=1;whiteSpace=wrap;strokeColor=none;fillColor=none;align=center;verticalAlign=middle;rounded=0;" value="FK specialite_id {NOT NULL}" vertex="1">
-           <mxGeometry height="30" width="200" y="110" as="geometry" />
        </mxCell>
        <mxCell id="Ig_Bwu8nRR3nwBBhYGdf-61" edge="1" parent="1" style="endArrow=none;html=1;rounded=0;entryX=1;entryY=1;entryDx=0;entryDy=0;" value="">
          <mxGeometry height="50" relative="1" width="50" as="geometry">
            <mxPoint x="1512" y="480" as="sourcePoint" />
            <mxPoint x="1512.0000000000005" y="399.9999999999998" as="targetPoint" />
          </mxGeometry>
        </mxCell>
        <mxCell id="Ig_Bwu8nRR3nwBBhYGdf-64" edge="1" parent="1" source="KaxJKvIV5xf2s8ch7RQ2-16" style="endArrow=none;html=1;rounded=0;exitX=0.25;exitY=0;exitDx=0;exitDy=0;entryX=0.25;entryY=1;entryDx=0;entryDy=0;" target="Ig_Bwu8nRR3nwBBhYGdf-20" value="">
          <mxGeometry height="50" relative="1" width="50" as="geometry">
            <mxPoint x="1812" y="850" as="sourcePoint" />
            <mxPoint x="1862" y="800" as="targetPoint" />
          </mxGeometry>
        </mxCell>
        <mxCell id="Ig_Bwu8nRR3nwBBhYGdf-68" parent="1" style="swimlane;whiteSpace=wrap;html=1;fillColor=#E1D5E7;" value="statuts" vertex="1">
          <mxGeometry height="90" width="210" x="2060" y="220" as="geometry" />
        </mxCell>
        <mxCell id="Ig_Bwu8nRR3nwBBhYGdf-73" parent="Ig_Bwu8nRR3nwBBhYGdf-68" style="text;html=1;whiteSpace=wrap;strokeColor=none;fillColor=none;align=center;verticalAlign=middle;rounded=0;fontFamily=Helvetica;fontSize=12;fontColor=default;" value="PK id {&lt;span class=&quot;token token&quot; style=&quot;color: rgb(20, 24, 31);&quot;&gt;NOT&lt;/span&gt; &lt;span class=&quot;token token&quot; style=&quot;color: rgb(0, 128, 128);&quot;&gt;NULL&lt;/span&gt; &lt;span class=&quot;token token&quot; style=&quot;color: rgb(129, 0, 194);&quot;&gt;UNIQUE}&lt;/span&gt;" vertex="1">
          <mxGeometry height="30" width="200" x="10" y="20" as="geometry" />
        </mxCell>
        <mxCell id="Ig_Bwu8nRR3nwBBhYGdf-74" parent="Ig_Bwu8nRR3nwBBhYGdf-68" style="text;html=1;whiteSpace=wrap;strokeColor=none;fillColor=none;align=center;verticalAlign=middle;rounded=0;fontFamily=Helvetica;fontSize=12;fontColor=default;" value="libelle {&lt;span class=&quot;token token&quot; style=&quot;color: rgb(20, 24, 31);&quot;&gt;NOT&lt;/span&gt; &lt;span class=&quot;token token&quot; style=&quot;color: rgb(0, 128, 128);&quot;&gt;NULL&lt;/span&gt; &lt;span class=&quot;token token&quot; style=&quot;color: rgb(129, 0, 194);&quot;&gt;UNIQUE}&lt;/span&gt;" vertex="1">
          <mxGeometry height="30" width="200" x="5" y="55" as="geometry" />
        </mxCell>
        <mxCell id="Ig_Bwu8nRR3nwBBhYGdf-75" edge="1" parent="1" source="Ig_Bwu8nRR3nwBBhYGdf-39" style="edgeStyle=orthogonalEdgeStyle;rounded=0;orthogonalLoop=1;jettySize=auto;html=1;exitX=1;exitY=0;exitDx=0;exitDy=0;entryX=0;entryY=0.5;entryDx=0;entryDy=0;" target="Ig_Bwu8nRR3nwBBhYGdf-68">
          <mxGeometry relative="1" as="geometry">
            <Array as="points">
              <mxPoint x="2004" y="265" />
            </Array>
          </mxGeometry>
        </mxCell>
        <mxCell id="Ig_Bwu8nRR3nwBBhYGdf-76" parent="1" style="swimlane;whiteSpace=wrap;html=1;fillColor=#E1D5E7;" value="types" vertex="1">
          <mxGeometry height="90" width="210" x="1190" y="200" as="geometry" />
        </mxCell>
        <mxCell id="Ig_Bwu8nRR3nwBBhYGdf-77" parent="Ig_Bwu8nRR3nwBBhYGdf-76" style="text;html=1;whiteSpace=wrap;strokeColor=none;fillColor=none;align=center;verticalAlign=middle;rounded=0;fontFamily=Helvetica;fontSize=12;fontColor=default;" value="PK id {&lt;span class=&quot;token token&quot; style=&quot;color: rgb(20, 24, 31);&quot;&gt;NOT&lt;/span&gt; &lt;span class=&quot;token token&quot; style=&quot;color: rgb(0, 128, 128);&quot;&gt;NULL&lt;/span&gt; &lt;span class=&quot;token token&quot; style=&quot;color: rgb(129, 0, 194);&quot;&gt;UNIQUE}&lt;/span&gt;" vertex="1">
          <mxGeometry height="30" width="200" x="10" y="20" as="geometry" />
        </mxCell>
        <mxCell id="Ig_Bwu8nRR3nwBBhYGdf-78" parent="Ig_Bwu8nRR3nwBBhYGdf-76" style="text;html=1;whiteSpace=wrap;strokeColor=none;fillColor=none;align=center;verticalAlign=middle;rounded=0;fontFamily=Helvetica;fontSize=12;fontColor=default;" value="libelle {&lt;span class=&quot;token token&quot; style=&quot;color: rgb(20, 24, 31);&quot;&gt;NOT&lt;/span&gt; &lt;span class=&quot;token token&quot; style=&quot;color: rgb(0, 128, 128);&quot;&gt;NULL&lt;/span&gt; &lt;span class=&quot;token token&quot; style=&quot;color: rgb(129, 0, 194);&quot;&gt;UNIQUE}&lt;/span&gt;" vertex="1">
          <mxGeometry height="30" width="200" x="5" y="55" as="geometry" />
        </mxCell>
        <mxCell id="Ig_Bwu8nRR3nwBBhYGdf-79" parent="1" style="swimlane;whiteSpace=wrap;html=1;fillColor=#E1D5E7;" value="types_materiels" vertex="1">
          <mxGeometry height="90" width="210" x="1320" y="1025" as="geometry" />
        </mxCell>
        <mxCell id="Ig_Bwu8nRR3nwBBhYGdf-80" parent="Ig_Bwu8nRR3nwBBhYGdf-79" style="text;html=1;whiteSpace=wrap;strokeColor=none;fillColor=none;align=center;verticalAlign=middle;rounded=0;fontFamily=Helvetica;fontSize=12;fontColor=default;" value="PK id {&lt;span class=&quot;token token&quot; style=&quot;color: rgb(20, 24, 31);&quot;&gt;NOT&lt;/span&gt; &lt;span class=&quot;token token&quot; style=&quot;color: rgb(0, 128, 128);&quot;&gt;NULL&lt;/span&gt; &lt;span class=&quot;token token&quot; style=&quot;color: rgb(129, 0, 194);&quot;&gt;UNIQUE}&lt;/span&gt;" vertex="1">
          <mxGeometry height="30" width="200" x="10" y="20" as="geometry" />
        </mxCell>
        <mxCell id="Ig_Bwu8nRR3nwBBhYGdf-81" parent="Ig_Bwu8nRR3nwBBhYGdf-79" style="text;html=1;whiteSpace=wrap;strokeColor=none;fillColor=none;align=center;verticalAlign=middle;rounded=0;fontFamily=Helvetica;fontSize=12;fontColor=default;" value="libelle {&lt;span class=&quot;token token&quot; style=&quot;color: rgb(20, 24, 31);&quot;&gt;NOT&lt;/span&gt; &lt;span class=&quot;token token&quot; style=&quot;color: rgb(0, 128, 128);&quot;&gt;NULL&lt;/span&gt; &lt;span class=&quot;token token&quot; style=&quot;color: rgb(129, 0, 194);&quot;&gt;UNIQUE}&lt;/span&gt;" vertex="1">
          <mxGeometry height="30" width="200" x="5" y="55" as="geometry" />
        </mxCell>
        <mxCell id="Ig_Bwu8nRR3nwBBhYGdf-82" edge="1" parent="1" style="endArrow=none;html=1;rounded=0;entryX=0;entryY=0.5;entryDx=0;entryDy=0;" target="Ig_Bwu8nRR3nwBBhYGdf-21" value="">
          <mxGeometry height="50" relative="1" width="50" as="geometry">
            <mxPoint x="1400" y="255" as="sourcePoint" />
            <mxPoint x="1940" y="490" as="targetPoint" />
          </mxGeometry>
        </mxCell>
        <mxCell id="Ig_Bwu8nRR3nwBBhYGdf-83" edge="1" parent="1" style="endArrow=none;html=1;rounded=0;entryX=0.364;entryY=1.01;entryDx=0;entryDy=0;entryPerimeter=0;" target="Ig_Bwu8nRR3nwBBhYGdf-9" value="">
          <mxGeometry height="50" relative="1" width="50" as="geometry">
            <mxPoint x="1485" y="1023" as="sourcePoint" />
            <mxPoint x="1940" y="1000" as="targetPoint" />
          </mxGeometry>
        </mxCell>
        <mxCell id="Ig_Bwu8nRR3nwBBhYGdf-84" parent="1" style="swimlane;whiteSpace=wrap;html=1;fillColor=#E1D5E7;" value="types_interventions" vertex="1">
          <mxGeometry height="90" width="210" x="2050" y="570" as="geometry" />
        </mxCell>
        <mxCell id="Ig_Bwu8nRR3nwBBhYGdf-85" parent="Ig_Bwu8nRR3nwBBhYGdf-84" style="text;html=1;whiteSpace=wrap;strokeColor=none;fillColor=none;align=center;verticalAlign=middle;rounded=0;fontFamily=Helvetica;fontSize=12;fontColor=default;" value="PK id {&lt;span class=&quot;token token&quot; style=&quot;color: rgb(20, 24, 31);&quot;&gt;NOT&lt;/span&gt; &lt;span class=&quot;token token&quot; style=&quot;color: rgb(0, 128, 128);&quot;&gt;NULL&lt;/span&gt; &lt;span class=&quot;token token&quot; style=&quot;color: rgb(129, 0, 194);&quot;&gt;UNIQUE}&lt;/span&gt;" vertex="1">
          <mxGeometry height="30" width="200" x="10" y="20" as="geometry" />
        </mxCell>
        <mxCell id="Ig_Bwu8nRR3nwBBhYGdf-86" parent="Ig_Bwu8nRR3nwBBhYGdf-84" style="text;html=1;whiteSpace=wrap;strokeColor=none;fillColor=none;align=center;verticalAlign=middle;rounded=0;fontFamily=Helvetica;fontSize=12;fontColor=default;" value="libelle {&lt;span class=&quot;token token&quot; style=&quot;color: rgb(20, 24, 31);&quot;&gt;NOT&lt;/span&gt; &lt;span class=&quot;token token&quot; style=&quot;color: rgb(0, 128, 128);&quot;&gt;NULL&lt;/span&gt; &lt;span class=&quot;token token&quot; style=&quot;color: rgb(129, 0, 194);&quot;&gt;UNIQUE}&lt;/span&gt;" vertex="1">
          <mxGeometry height="30" width="200" x="5" y="55" as="geometry" />
        </mxCell>
        <mxCell id="Ig_Bwu8nRR3nwBBhYGdf-87" edge="1" parent="1" source="Ig_Bwu8nRR3nwBBhYGdf-19" style="edgeStyle=orthogonalEdgeStyle;rounded=0;orthogonalLoop=1;jettySize=auto;html=1;exitX=1;exitY=0.25;exitDx=0;exitDy=0;">
          <mxGeometry relative="1" as="geometry">
            <Array as="points">
              <mxPoint x="2026" y="617" />
              <mxPoint x="2050" y="617" />
            </Array>
            <mxPoint x="2050" y="617" as="targetPoint" />
          </mxGeometry>
        </mxCell>
        <mxCell id="Ig_Bwu8nRR3nwBBhYGdf-88" parent="1" style="swimlane;whiteSpace=wrap;html=1;fillColor=#E1D5E7;" value="materiels" vertex="1">
          <mxGeometry height="90" width="210" x="1180" y="340" as="geometry" />
        </mxCell>
        <mxCell id="Ig_Bwu8nRR3nwBBhYGdf-89" parent="Ig_Bwu8nRR3nwBBhYGdf-88" style="text;html=1;whiteSpace=wrap;strokeColor=none;fillColor=none;align=center;verticalAlign=middle;rounded=0;fontFamily=Helvetica;fontSize=12;fontColor=default;" value="PK id {&lt;span class=&quot;token token&quot; style=&quot;color: rgb(20, 24, 31);&quot;&gt;NOT&lt;/span&gt; &lt;span class=&quot;token token&quot; style=&quot;color: rgb(0, 128, 128);&quot;&gt;NULL&lt;/span&gt; &lt;span class=&quot;token token&quot; style=&quot;color: rgb(129, 0, 194);&quot;&gt;UNIQUE}&lt;/span&gt;" vertex="1">
          <mxGeometry height="30" width="200" x="10" y="20" as="geometry" />
        </mxCell>
        <mxCell id="Ig_Bwu8nRR3nwBBhYGdf-90" parent="Ig_Bwu8nRR3nwBBhYGdf-88" style="text;html=1;whiteSpace=wrap;strokeColor=none;fillColor=none;align=center;verticalAlign=middle;rounded=0;fontFamily=Helvetica;fontSize=12;fontColor=default;" value="libelle {&lt;span class=&quot;token token&quot; style=&quot;color: rgb(20, 24, 31);&quot;&gt;NOT&lt;/span&gt; &lt;span class=&quot;token token&quot; style=&quot;color: rgb(0, 128, 128);&quot;&gt;NULL&lt;/span&gt; &lt;span class=&quot;token token&quot; style=&quot;color: rgb(129, 0, 194);&quot;&gt;UNIQUE}&lt;/span&gt;" vertex="1">
          <mxGeometry height="30" width="200" x="5" y="55" as="geometry" />
        </mxCell>
        <mxCell id="Ig_Bwu8nRR3nwBBhYGdf-91" parent="1" style="swimlane;whiteSpace=wrap;html=1;fillColor=#E1D5E7;" value="etats" vertex="1">
          <mxGeometry height="90" width="210" x="1180" y="70" as="geometry" />
        </mxCell>
        <mxCell id="Ig_Bwu8nRR3nwBBhYGdf-92" parent="Ig_Bwu8nRR3nwBBhYGdf-91" style="text;html=1;whiteSpace=wrap;strokeColor=none;fillColor=none;align=center;verticalAlign=middle;rounded=0;fontFamily=Helvetica;fontSize=12;fontColor=default;" value="PK id {&lt;span class=&quot;token token&quot; style=&quot;color: rgb(20, 24, 31);&quot;&gt;NOT&lt;/span&gt; &lt;span class=&quot;token token&quot; style=&quot;color: rgb(0, 128, 128);&quot;&gt;NULL&lt;/span&gt; &lt;span class=&quot;token token&quot; style=&quot;color: rgb(129, 0, 194);&quot;&gt;UNIQUE}&lt;/span&gt;" vertex="1">
          <mxGeometry height="30" width="200" x="10" y="20" as="geometry" />
        </mxCell>
        <mxCell id="Ig_Bwu8nRR3nwBBhYGdf-93" parent="Ig_Bwu8nRR3nwBBhYGdf-91" style="text;html=1;whiteSpace=wrap;strokeColor=none;fillColor=none;align=center;verticalAlign=middle;rounded=0;fontFamily=Helvetica;fontSize=12;fontColor=default;" value="libelle {&lt;span class=&quot;token token&quot; style=&quot;color: rgb(20, 24, 31);&quot;&gt;NOT&lt;/span&gt; &lt;span class=&quot;token token&quot; style=&quot;color: rgb(0, 128, 128);&quot;&gt;NULL&lt;/span&gt; &lt;span class=&quot;token token&quot; style=&quot;color: rgb(129, 0, 194);&quot;&gt;UNIQUE}&lt;/span&gt;" vertex="1">
          <mxGeometry height="30" width="200" x="5" y="55" as="geometry" />
        </mxCell>
-         <mxCell id="Ig_Bwu8nRR3nwBBhYGdf-94" parent="1" style="swimlane;whiteSpace=wrap;html=1;fillColor=#E1D5E7;" value="specialites" vertex="1">
-           <mxGeometry height="90" width="210" x="2067" y="1000" as="geometry" />
-         </mxCell>
-         <mxCell id="Ig_Bwu8nRR3nwBBhYGdf-95" parent="Ig_Bwu8nRR3nwBBhYGdf-94" style="text;html=1;whiteSpace=wrap;strokeColor=none;fillColor=none;align=center;verticalAlign=middle;rounded=0;fontFamily=Helvetica;fontSize=12;fontColor=default;" value="PK id {&lt;span class=&quot;token token&quot; style=&quot;color: rgb(20, 24, 31);&quot;&gt;NOT&lt;/span&gt; &lt;span class=&quot;token token&quot; style=&quot;color: rgb(0, 128, 128);&quot;&gt;NULL&lt;/span&gt; &lt;span class=&quot;token token&quot; style=&quot;color: rgb(129, 0, 194);&quot;&gt;UNIQUE}&lt;/span&gt;" vertex="1">
-           <mxGeometry height="30" width="200" x="10" y="20" as="geometry" />
-         </mxCell>
-         <mxCell id="Ig_Bwu8nRR3nwBBhYGdf-96" parent="Ig_Bwu8nRR3nwBBhYGdf-94" style="text;html=1;whiteSpace=wrap;strokeColor=none;fillColor=none;align=center;verticalAlign=middle;rounded=0;fontFamily=Helvetica;fontSize=12;fontColor=default;" value="libelle {&lt;span class=&quot;token token&quot; style=&quot;color: rgb(20, 24, 31);&quot;&gt;NOT&lt;/span&gt; &lt;span class=&quot;token token&quot; style=&quot;color: rgb(0, 128, 128);&quot;&gt;NULL&lt;/span&gt; &lt;span class=&quot;token token&quot; style=&quot;color: rgb(129, 0, 194);&quot;&gt;UNIQUE}&lt;/span&gt;" vertex="1">
-           <mxGeometry height="30" width="200" x="5" y="55" as="geometry" />
-         </mxCell>
        <mxCell id="Ig_Bwu8nRR3nwBBhYGdf-99" edge="1" parent="1" style="edgeStyle=orthogonalEdgeStyle;rounded=0;orthogonalLoop=1;jettySize=auto;html=1;entryX=0.016;entryY=0.084;entryDx=0;entryDy=0;entryPerimeter=0;" target="Ig_Bwu8nRR3nwBBhYGdf-22">
          <mxGeometry relative="1" as="geometry">
            <mxPoint x="1390" y="133" as="sourcePoint" />
          </mxGeometry>
        </mxCell>
        <mxCell id="KaxJKvIV5xf2s8ch7RQ2-1" edge="1" parent="1" source="Ig_Bwu8nRR3nwBBhYGdf-89" style="endArrow=classic;html=1;rounded=0;exitX=1.003;exitY=-0.049;exitDx=0;exitDy=0;exitPerimeter=0;" value="">
          <mxGeometry height="50" relative="1" width="50" as="geometry">
            <mxPoint x="1350" y="370" as="sourcePoint" />
            <mxPoint x="1420" y="360" as="targetPoint" />
          </mxGeometry>
        </mxCell>
        <mxCell id="KaxJKvIV5xf2s8ch7RQ2-3" edge="1" parent="1" style="edgeStyle=orthogonalEdgeStyle;rounded=0;orthogonalLoop=1;jettySize=auto;html=1;entryX=1;entryY=0.75;entryDx=0;entryDy=0;" target="W7fyBIp_Z-IjTHX4Fqgb-3">
          <mxGeometry relative="1" as="geometry">
            <mxPoint x="450.0000000000002" y="524.9999999999998" as="sourcePoint" />
          </mxGeometry>
        </mxCell>
        <mxCell id="KaxJKvIV5xf2s8ch7RQ2-6" parent="1" style="text;html=1;whiteSpace=wrap;strokeColor=none;fillColor=none;align=center;verticalAlign=middle;rounded=0;" value="0..*" vertex="1">
          <mxGeometry height="30" width="60" x="290" y="240" as="geometry" />
        </mxCell>
        <mxCell id="KaxJKvIV5xf2s8ch7RQ2-7" parent="1" style="text;html=1;whiteSpace=wrap;strokeColor=none;fillColor=none;align=center;verticalAlign=middle;rounded=0;" value="1" vertex="1">
          <mxGeometry height="30" width="60" x="400" y="493" as="geometry" />
        </mxCell>
        <mxCell id="KaxJKvIV5xf2s8ch7RQ2-8" edge="1" parent="1" style="edgeStyle=orthogonalEdgeStyle;rounded=0;orthogonalLoop=1;jettySize=auto;html=1;entryX=0;entryY=0;entryDx=0;entryDy=0;" target="Ig_Bwu8nRR3nwBBhYGdf-18">
          <mxGeometry relative="1" as="geometry">
            <Array as="points">
              <mxPoint x="1720" y="340" />
              <mxPoint x="1720" y="580" />
            </Array>
            <mxPoint x="1640" y="340" as="sourcePoint" />
          </mxGeometry>
        </mxCell>
-         <mxCell id="KaxJKvIV5xf2s8ch7RQ2-17" edge="1" parent="1" source="Ig_Bwu8nRR3nwBBhYGdf-52" style="endArrow=none;html=1;rounded=0;exitX=0.25;exitY=0;exitDx=0;exitDy=0;entryX=0.25;entryY=1;entryDx=0;entryDy=0;" target="Ig_Bwu8nRR3nwBBhYGdf-11" value="">
-           <mxGeometry height="50" relative="1" width="50" as="geometry">
-             <mxPoint x="1853" y="980" as="sourcePoint" />
-             <mxPoint x="1850" y="860" as="targetPoint" />
-           </mxGeometry>
-         </mxCell>
        <mxCell id="KaxJKvIV5xf2s8ch7RQ2-16" parent="1" style="text;html=1;whiteSpace=wrap;strokeColor=none;fillColor=none;align=center;verticalAlign=middle;rounded=0;" value="FK inventaire_mobilier_id {NOT NULL}" vertex="1">
          <mxGeometry height="30" width="200" x="1800" y="785" as="geometry" />
        </mxCell>
        <mxCell id="KaxJKvIV5xf2s8ch7RQ2-19" parent="1" style="text;html=1;whiteSpace=wrap;strokeColor=none;fillColor=none;align=center;verticalAlign=middle;rounded=0;" value="&lt;b&gt;fait l’objet de&lt;/b&gt;" vertex="1">
          <mxGeometry height="30" width="100" x="290" y="140" as="geometry" />
        </mxCell>
        <mxCell id="KaxJKvIV5xf2s8ch7RQ2-21" parent="1" style="text;whiteSpace=wrap;html=1;" value="&lt;b&gt;concerne&lt;/b&gt;" vertex="1">
          <mxGeometry height="40" width="80" x="390" y="200" as="geometry" />
        </mxCell>
        <mxCell id="KaxJKvIV5xf2s8ch7RQ2-22" parent="1" style="text;whiteSpace=wrap;html=1;" value="&lt;b&gt;est situé dans&lt;/b&gt;" vertex="1">
          <mxGeometry height="40" width="110" x="170" y="300" as="geometry" />
        </mxCell>
        <mxCell id="KaxJKvIV5xf2s8ch7RQ2-23" parent="1" style="text;whiteSpace=wrap;html=1;" value="&lt;b&gt;contient&lt;/b&gt;" vertex="1">
          <mxGeometry height="40" width="80" x="170" y="380" as="geometry" />
        </mxCell>
        <mxCell id="KaxJKvIV5xf2s8ch7RQ2-24" parent="1" style="text;whiteSpace=wrap;html=1;" value="&lt;b&gt;fait l’objet d’une&lt;/b&gt;" vertex="1">
          <mxGeometry height="40" width="90" x="295" y="260" as="geometry" />
        </mxCell>
        <mxCell id="KaxJKvIV5xf2s8ch7RQ2-25" parent="1" style="text;whiteSpace=wrap;html=1;" value="&lt;b&gt;intervient sur&lt;/b&gt;" vertex="1">
          <mxGeometry height="40" width="100" x="364" y="523" as="geometry" />
        </mxCell>
        <mxCell id="KaxJKvIV5xf2s8ch7RQ2-26" parent="1" style="text;whiteSpace=wrap;html=1;" value="&lt;b&gt;est réalisée par&lt;/b&gt;" vertex="1">
          <mxGeometry height="40" width="120" x="550" y="650" as="geometry" />
        </mxCell>
        <mxCell id="KaxJKvIV5xf2s8ch7RQ2-27" parent="1" style="text;whiteSpace=wrap;html=1;" value="&lt;b&gt;réalise&lt;/b&gt;" vertex="1">
          <mxGeometry height="40" width="70" x="610" y="880" as="geometry" />
        </mxCell>
        <mxCell id="KaxJKvIV5xf2s8ch7RQ2-28" parent="1" style="text;whiteSpace=wrap;html=1;" value="&lt;em data-start=&quot;880&quot; data-end=&quot;894&quot;&gt;&lt;b&gt;fait appel à&lt;/b&gt;&lt;/em&gt;" vertex="1">
          <mxGeometry height="40" width="90" x="414" y="645" as="geometry" />
        </mxCell>
        <mxCell id="KaxJKvIV5xf2s8ch7RQ2-29" parent="1" style="text;whiteSpace=wrap;html=1;" value="&lt;table&gt;&lt;tbody&gt;&lt;tr&gt;&lt;td data-start=&quot;924&quot; data-end=&quot;970&quot; data-col-size=&quot;sm&quot;&gt;&lt;strong data-start=&quot;926&quot; data-end=&quot;969&quot;&gt;&lt;/strong&gt;&lt;/td&gt;&lt;/tr&gt;&lt;/tbody&gt;&lt;/table&gt;&lt;table&gt;&lt;tbody&gt;&lt;tr&gt;&lt;td data-col-size=&quot;md&quot; data-start=&quot;970&quot; data-end=&quot;1010&quot;&gt;&lt;b&gt;&lt;em data-start=&quot;972&quot; data-end=&quot;986&quot;&gt;fournit pour&lt;/em&gt; &lt;/b&gt;&lt;/td&gt;&lt;/tr&gt;&lt;/tbody&gt;&lt;/table&gt;" vertex="1">
          <mxGeometry height="50" width="100" x="264" y="680" as="geometry" />
        </mxCell>
      </root>
    </mxGraphModel>
  </diagram>
</mxfile>
